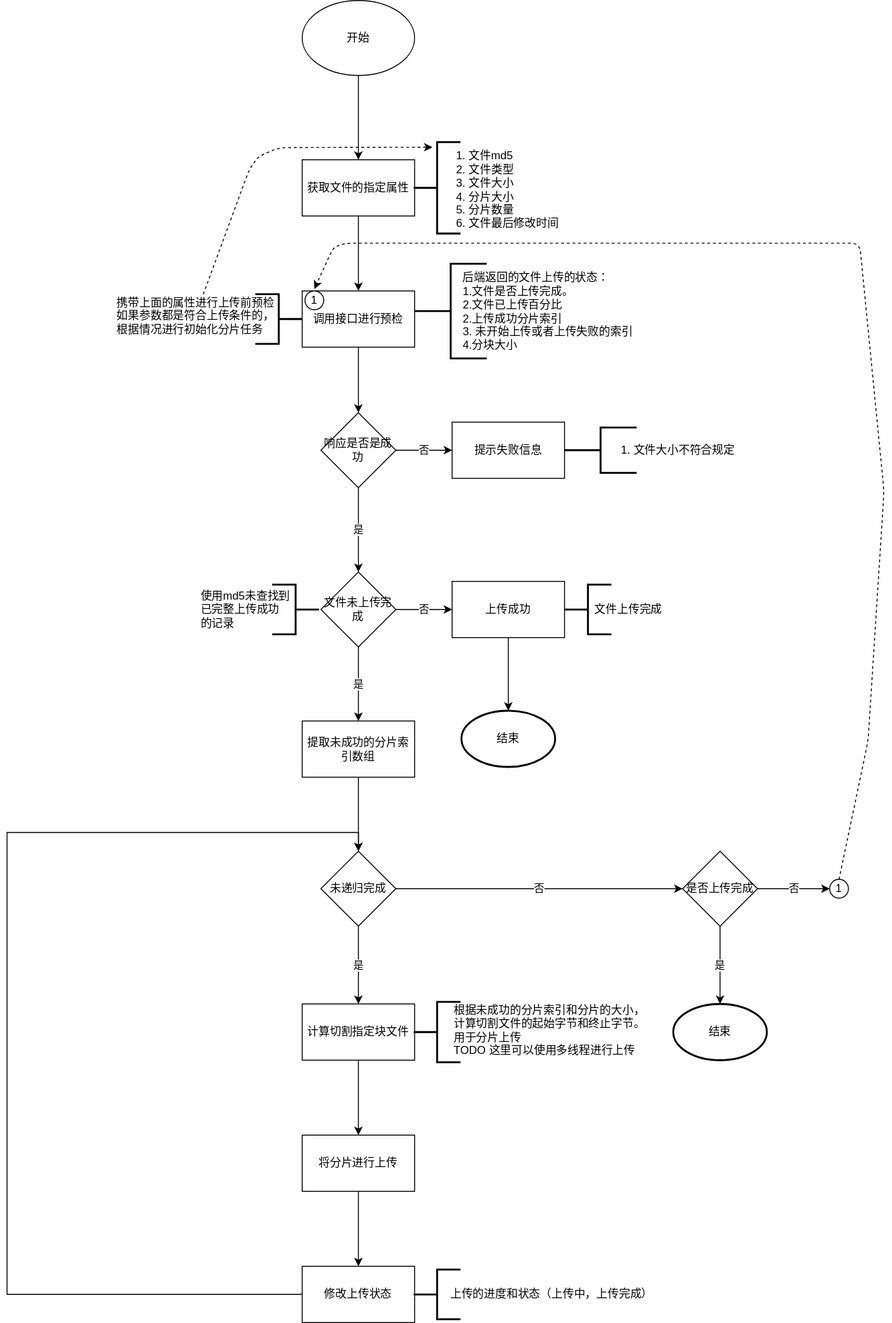
Above: README.assets/分片上传/分片上传流程图_2.svg in GitHubFeiLong/goudong-web-ui (draw.io), before the change. Source tidied: cells renumbered, new cells last; positions are measured from the earlier drawing's top-left corner, leaving out a move shared by most shapes. Source of this version:
```xml
<mxGraphModel>
  <root>
    <mxCell id="0" />
    <mxCell id="1" parent="0" />
    <mxCell id="2" style="edgeStyle=orthogonalEdgeStyle;rounded=0;jettySize=auto;html=1;" parent="1" edge="1" source="3" target="5">
      <mxGeometry relative="1" as="geometry" />
    </mxCell>
    <mxCell id="3" value="开始" style="ellipse;whiteSpace=wrap;html=1;" parent="1" vertex="1">
      <mxGeometry x="315" width="120" height="80" as="geometry" />
    </mxCell>
    <mxCell id="4" style="edgeStyle=orthogonalEdgeStyle;rounded=0;jettySize=auto;html=1;" parent="1" edge="1" source="5" target="9">
      <mxGeometry relative="1" as="geometry" />
    </mxCell>
    <mxCell id="5" value="获取文件的指定属性" style="whiteSpace=wrap;html=1;" parent="1" vertex="1">
      <mxGeometry x="315" y="170" width="120" height="60" as="geometry" />
    </mxCell>
    <mxCell id="6" style="strokeWidth=2;html=1;shape=mxgraph.flowchart.annotation_2;align=left;labelPosition=right;direction=east;" parent="1" vertex="1">
      <mxGeometry x="434" y="151.2" width="50" height="97.5" as="geometry" />
    </mxCell>
    <mxCell id="7" value="&lt;ol&gt;&lt;li&gt;文件md5&lt;/li&gt;&lt;li&gt;文件类型&lt;/li&gt;&lt;li&gt;文件大小&lt;/li&gt;&lt;li&gt;分片大小&lt;/li&gt;&lt;li&gt;分片数量&lt;/li&gt;&lt;li&gt;文件最后修改时间&lt;/li&gt;&lt;/ol&gt;" style="text;html=1;align=left;verticalAlign=middle;points=[];" parent="1" vertex="1">
      <mxGeometry x="451" y="146" width="146" height="112" as="geometry" />
    </mxCell>
    <mxCell id="8" style="edgeStyle=orthogonalEdgeStyle;rounded=0;jettySize=auto;html=1;" parent="1" edge="1" source="9" target="14">
      <mxGeometry relative="1" as="geometry" />
    </mxCell>
    <mxCell id="9" value="调用接口进行预检" style="whiteSpace=wrap;html=1;" parent="1" vertex="1">
      <mxGeometry x="315" y="310" width="120" height="60" as="geometry" />
    </mxCell>
    <mxCell id="10" style="strokeWidth=2;html=1;shape=mxgraph.flowchart.annotation_2;align=left;labelPosition=right;direction=west;" parent="1" vertex="1">
      <mxGeometry x="265" y="313.5" width="50" height="53" as="geometry" />
    </mxCell>
    <mxCell id="11" value="&lt;div style=&quot;text-align: left&quot;&gt;&lt;span&gt;携带上面的属性进行上传前预检&lt;/span&gt;&lt;/div&gt;&lt;div style=&quot;text-align: left&quot;&gt;&lt;span&gt;如果参数都是符合上传条件的，&lt;/span&gt;&lt;/div&gt;&lt;div style=&quot;text-align: left&quot;&gt;&lt;span&gt;根据情况进行初始化分片任务&lt;/span&gt;&lt;/div&gt;" style="text;html=1;align=center;verticalAlign=middle;points=[];" parent="1" vertex="1">
      <mxGeometry x="112" y="313.5" width="178" height="46" as="geometry" />
    </mxCell>
    <mxCell id="12" value="是" style="edgeStyle=orthogonalEdgeStyle;rounded=0;jettySize=auto;html=1;" parent="1" edge="1" source="14" target="17">
      <mxGeometry relative="1" as="geometry" />
    </mxCell>
    <mxCell id="13" value="否" style="edgeStyle=orthogonalEdgeStyle;rounded=0;jettySize=auto;html=1;entryX=0;entryY=0.5;entryDx=0;entryDy=0;" parent="1" edge="1" source="14" target="25">
      <mxGeometry relative="1" as="geometry" />
    </mxCell>
    <mxCell id="14" value="响应是否是成功" style="rhombus;whiteSpace=wrap;html=1;" parent="1" vertex="1">
      <mxGeometry x="335" y="440" width="80" height="80" as="geometry" />
    </mxCell>
    <mxCell id="15" value="否" style="edgeStyle=orthogonalEdgeStyle;rounded=0;jettySize=auto;html=1;" parent="1" edge="1" source="17" target="19">
      <mxGeometry relative="1" as="geometry" />
    </mxCell>
    <mxCell id="16" value="是" style="edgeStyle=orthogonalEdgeStyle;rounded=0;jettySize=auto;html=1;entryX=0.5;entryY=0;entryDx=0;entryDy=0;" parent="1" edge="1" source="17" target="31">
      <mxGeometry relative="1" as="geometry" />
    </mxCell>
    <mxCell id="17" value="文件未上传完成" style="rhombus;whiteSpace=wrap;html=1;" parent="1" vertex="1">
      <mxGeometry x="335" y="610" width="80" height="80" as="geometry" />
    </mxCell>
    <mxCell id="18" style="edgeStyle=orthogonalEdgeStyle;rounded=0;jettySize=auto;html=1;entryX=0.5;entryY=0;entryDx=0;entryDy=0;entryPerimeter=0;" parent="1" edge="1" source="19" target="51">
      <mxGeometry relative="1" as="geometry" />
    </mxCell>
    <mxCell id="19" value="上传成功" style="whiteSpace=wrap;html=1;" parent="1" vertex="1">
      <mxGeometry x="475" y="620" width="120" height="60" as="geometry" />
    </mxCell>
    <mxCell id="20" style="strokeWidth=2;html=1;shape=mxgraph.flowchart.annotation_2;align=left;labelPosition=right;direction=west;" parent="1" vertex="1">
      <mxGeometry x="283" y="623.5" width="50" height="53" as="geometry" />
    </mxCell>
    <mxCell id="21" value="使用md5未查找到&lt;br&gt;已完整上传成功&lt;br&gt;的记录" style="text;html=1;align=left;verticalAlign=middle;" parent="1" vertex="1">
      <mxGeometry x="205" y="627" width="105" height="46" as="geometry" />
    </mxCell>
    <mxCell id="22" style="strokeWidth=2;html=1;shape=mxgraph.flowchart.annotation_2;align=left;labelPosition=right;direction=east;" parent="1" vertex="1">
      <mxGeometry x="435" y="281" width="77" height="101" as="geometry" />
    </mxCell>
    <mxCell id="23" value="&lt;div style=&quot;text-align: left&quot;&gt;&lt;span&gt;后端返回的文件上传的状态：&lt;/span&gt;&lt;/div&gt;&lt;div style=&quot;text-align: left&quot;&gt;&lt;span&gt;1.文件是否上传完成。&lt;/span&gt;&lt;/div&gt;&lt;div style=&quot;text-align: left&quot;&gt;&lt;span&gt;2.文件已上传百分比&lt;/span&gt;&lt;/div&gt;&lt;div style=&quot;text-align: left&quot;&gt;&lt;span&gt;2.上传成功分片索引&lt;/span&gt;&lt;/div&gt;&lt;div style=&quot;text-align: left&quot;&gt;&lt;span&gt;3. 未开始上传或者上传失败的索引&lt;/span&gt;&lt;/div&gt;&lt;div style=&quot;text-align: left&quot;&gt;&lt;span&gt;4.分块大小&lt;/span&gt;&lt;/div&gt;" style="text;html=1;align=center;verticalAlign=middle;" parent="1" vertex="1">
      <mxGeometry x="481" y="287.5" width="191" height="88" as="geometry" />
    </mxCell>
    <mxCell id="24" style="html=1;labelBackgroundColor=#ffffff;startArrow=none;startFill=0;startSize=6;endArrow=classic;endFill=1;endSize=6;jettySize=auto;strokeWidth=1;dashed=1;fontSize=14;entryX=0.021;entryY=0.095;entryDx=0;entryDy=0;entryPerimeter=0;" parent="1" edge="1" source="11" target="7">
      <mxGeometry relative="1" as="geometry">
        <Array as="points">
          <mxPoint x="259" y="179" />
          <mxPoint x="269" y="166" />
          <mxPoint x="291" y="157" />
        </Array>
      </mxGeometry>
    </mxCell>
    <mxCell id="25" value="提示失败信息" style="rounded=0;whiteSpace=wrap;html=1;" parent="1" vertex="1">
      <mxGeometry x="475" y="450" width="120" height="60" as="geometry" />
    </mxCell>
    <mxCell id="26" style="strokeWidth=2;html=1;shape=mxgraph.flowchart.annotation_2;align=left;labelPosition=right;direction=east;" parent="1" vertex="1">
      <mxGeometry x="595" y="455.8" width="77" height="48.5" as="geometry" />
    </mxCell>
    <mxCell id="27" value="&lt;ol&gt;&lt;li&gt;文件大小不符合规定&lt;/li&gt;&lt;/ol&gt;" style="text;html=1;align=left;verticalAlign=middle;" parent="1" vertex="1">
      <mxGeometry x="627" y="459" width="158" height="42" as="geometry" />
    </mxCell>
    <mxCell id="28" style="strokeWidth=2;html=1;shape=mxgraph.flowchart.annotation_2;align=left;labelPosition=right;direction=east;" parent="1" vertex="1">
      <mxGeometry x="595" y="623.5" width="50" height="53" as="geometry" />
    </mxCell>
    <mxCell id="29" value="文件上传完成" style="text;html=1;align=center;verticalAlign=middle;" parent="1" vertex="1">
      <mxGeometry x="622" y="641" width="82" height="18" as="geometry" />
    </mxCell>
    <mxCell id="30" style="edgeStyle=orthogonalEdgeStyle;rounded=0;jettySize=auto;html=1;entryX=0.5;entryY=0;entryDx=0;entryDy=0;" parent="1" edge="1" source="31" target="34">
      <mxGeometry relative="1" as="geometry" />
    </mxCell>
    <mxCell id="31" value="提取未成功的分片索引数组" style="rounded=0;whiteSpace=wrap;html=1;" parent="1" vertex="1">
      <mxGeometry x="315" y="769" width="120" height="60" as="geometry" />
    </mxCell>
    <mxCell id="32" value="是" style="edgeStyle=orthogonalEdgeStyle;rounded=0;jettySize=auto;html=1;entryX=0.5;entryY=0;entryDx=0;entryDy=0;" parent="1" edge="1" source="34" target="39">
      <mxGeometry relative="1" as="geometry" />
    </mxCell>
    <mxCell id="33" value="否" style="edgeStyle=orthogonalEdgeStyle;rounded=0;jettySize=auto;html=1;" parent="1" edge="1" source="34" target="37">
      <mxGeometry relative="1" as="geometry" />
    </mxCell>
    <mxCell id="34" value="未递归完成" style="rhombus;whiteSpace=wrap;html=1;" parent="1" vertex="1">
      <mxGeometry x="335" y="908" width="80" height="80" as="geometry" />
    </mxCell>
    <mxCell id="35" value="是" style="edgeStyle=orthogonalEdgeStyle;rounded=0;jettySize=auto;html=1;" parent="1" edge="1" source="37" target="52">
      <mxGeometry relative="1" as="geometry" />
    </mxCell>
    <mxCell id="36" value="否" style="edgeStyle=orthogonalEdgeStyle;rounded=0;jettySize=auto;html=1;entryX=0;entryY=0.5;entryDx=0;entryDy=0;" parent="1" edge="1" source="37" target="48">
      <mxGeometry relative="1" as="geometry" />
    </mxCell>
    <mxCell id="37" value="是否上传完成" style="rhombus;whiteSpace=wrap;html=1;" parent="1" vertex="1">
      <mxGeometry x="721" y="908" width="80" height="80" as="geometry" />
    </mxCell>
    <mxCell id="38" style="edgeStyle=orthogonalEdgeStyle;rounded=0;jettySize=auto;html=1;" parent="1" edge="1" source="39" target="41">
      <mxGeometry relative="1" as="geometry" />
    </mxCell>
    <mxCell id="39" value="计算切割指定块文件" style="rounded=0;whiteSpace=wrap;html=1;" parent="1" vertex="1">
      <mxGeometry x="315" y="1071" width="120" height="60" as="geometry" />
    </mxCell>
    <mxCell id="40" style="edgeStyle=orthogonalEdgeStyle;rounded=0;jettySize=auto;html=1;" parent="1" edge="1" source="41" target="43">
      <mxGeometry relative="1" as="geometry" />
    </mxCell>
    <mxCell id="41" value="将分片进行上传" style="rounded=0;whiteSpace=wrap;html=1;" parent="1" vertex="1">
      <mxGeometry x="315" y="1211" width="120" height="60" as="geometry" />
    </mxCell>
    <mxCell id="42" style="edgeStyle=orthogonalEdgeStyle;rounded=0;jettySize=auto;html=1;entryX=0.5;entryY=0;entryDx=0;entryDy=0;" parent="1" edge="1" source="43" target="34">
      <mxGeometry relative="1" as="geometry">
        <Array as="points">
          <mxPoint y="1381" />
          <mxPoint y="888" />
          <mxPoint x="375" y="888" />
        </Array>
      </mxGeometry>
    </mxCell>
    <mxCell id="43" value="修改上传状态" style="rounded=0;whiteSpace=wrap;html=1;" parent="1" vertex="1">
      <mxGeometry x="315" y="1351" width="120" height="60" as="geometry" />
    </mxCell>
    <mxCell id="44" style="strokeWidth=2;html=1;shape=mxgraph.flowchart.annotation_2;align=left;labelPosition=right;direction=east;" parent="1" vertex="1">
      <mxGeometry x="434" y="1068.8" width="50" height="64.5" as="geometry" />
    </mxCell>
    <mxCell id="45" value="根据未成功的分片索引和分片的大小，&lt;br&gt;计算切割文件的起始字节和终止字节。&lt;br&gt;用于分片上传&lt;br&gt;TODO 这里可以使用多线程进行上传" style="text;html=1;align=left;verticalAlign=middle;" parent="1" vertex="1">
      <mxGeometry x="475" y="1068.8" width="214" height="60" as="geometry" />
    </mxCell>
    <mxCell id="46" style="strokeWidth=2;html=1;shape=mxgraph.flowchart.annotation_2;align=left;labelPosition=right;direction=east;" parent="1" vertex="1">
      <mxGeometry x="434" y="1354.5" width="50" height="53" as="geometry" />
    </mxCell>
    <mxCell id="47" value="上传的进度和状态（上传中，上传完成）" style="text;html=1;align=center;verticalAlign=middle;" parent="1" vertex="1">
      <mxGeometry x="468" y="1372" width="226" height="18" as="geometry" />
    </mxCell>
    <mxCell id="48" value="1" style="ellipse;whiteSpace=wrap;html=1;" parent="1" vertex="1">
      <mxGeometry x="878" y="938" width="20" height="20" as="geometry" />
    </mxCell>
    <mxCell id="49" value="1" style="ellipse;whiteSpace=wrap;html=1;" parent="1" vertex="1">
      <mxGeometry x="318" y="310" width="20" height="20" as="geometry" />
    </mxCell>
    <mxCell id="50" style="html=1;labelBackgroundColor=#ffffff;startArrow=none;startFill=0;startSize=6;endArrow=classic;endFill=1;endSize=6;jettySize=auto;strokeWidth=1;dashed=1;fontSize=14;exitX=0.5;exitY=0;exitDx=0;exitDy=0;" parent="1" edge="1" source="48">
      <mxGeometry relative="1" as="geometry">
        <mxPoint x="328" y="308" as="targetPoint" />
        <Array as="points">
          <mxPoint x="919" y="790" />
          <mxPoint x="936" y="524" />
          <mxPoint x="910" y="259" />
          <mxPoint x="678" y="259" />
          <mxPoint x="360" y="259" />
          <mxPoint x="348" y="264" />
        </Array>
      </mxGeometry>
    </mxCell>
    <mxCell id="51" value="结束" style="strokeWidth=2;html=1;shape=mxgraph.flowchart.start_1;whiteSpace=wrap;" parent="1" vertex="1">
      <mxGeometry x="485" y="758" width="100" height="60" as="geometry" />
    </mxCell>
    <mxCell id="52" value="结束" style="strokeWidth=2;html=1;shape=mxgraph.flowchart.start_1;whiteSpace=wrap;" parent="1" vertex="1">
      <mxGeometry x="711" y="1071" width="100" height="60" as="geometry" />
    </mxCell>
  </root>
</mxGraphModel>
```
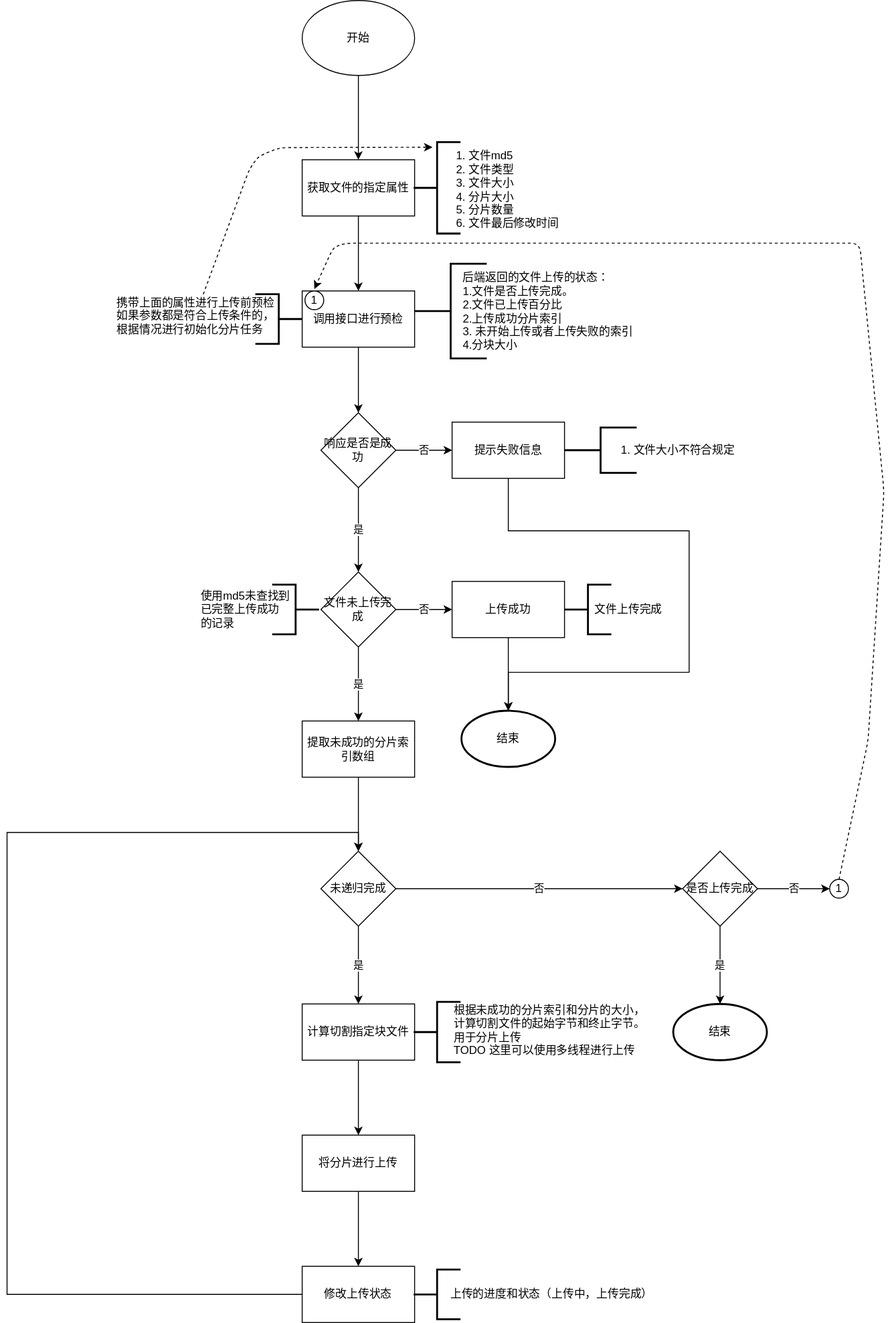
The same diagram one commit later.

Commit message:
分片上传流程图

What changed in the source:
```diff
@@ -77,6 +77,16 @@
         </Array>
       </mxGeometry>
     </mxCell>
+    <mxCell id="53" style="edgeStyle=orthogonalEdgeStyle;rounded=0;jettySize=auto;html=1;" parent="1" edge="1" source="25" target="51">
+      <mxGeometry relative="1" as="geometry">
+        <Array as="points">
+          <mxPoint x="535" y="566" />
+          <mxPoint x="728" y="566" />
+          <mxPoint x="728" y="717" />
+          <mxPoint x="535" y="717" />
+        </Array>
+      </mxGeometry>
+    </mxCell>
     <mxCell id="25" value="提示失败信息" style="rounded=0;whiteSpace=wrap;html=1;" parent="1" vertex="1">
       <mxGeometry x="475" y="450" width="120" height="60" as="geometry" />
     </mxCell>
```
